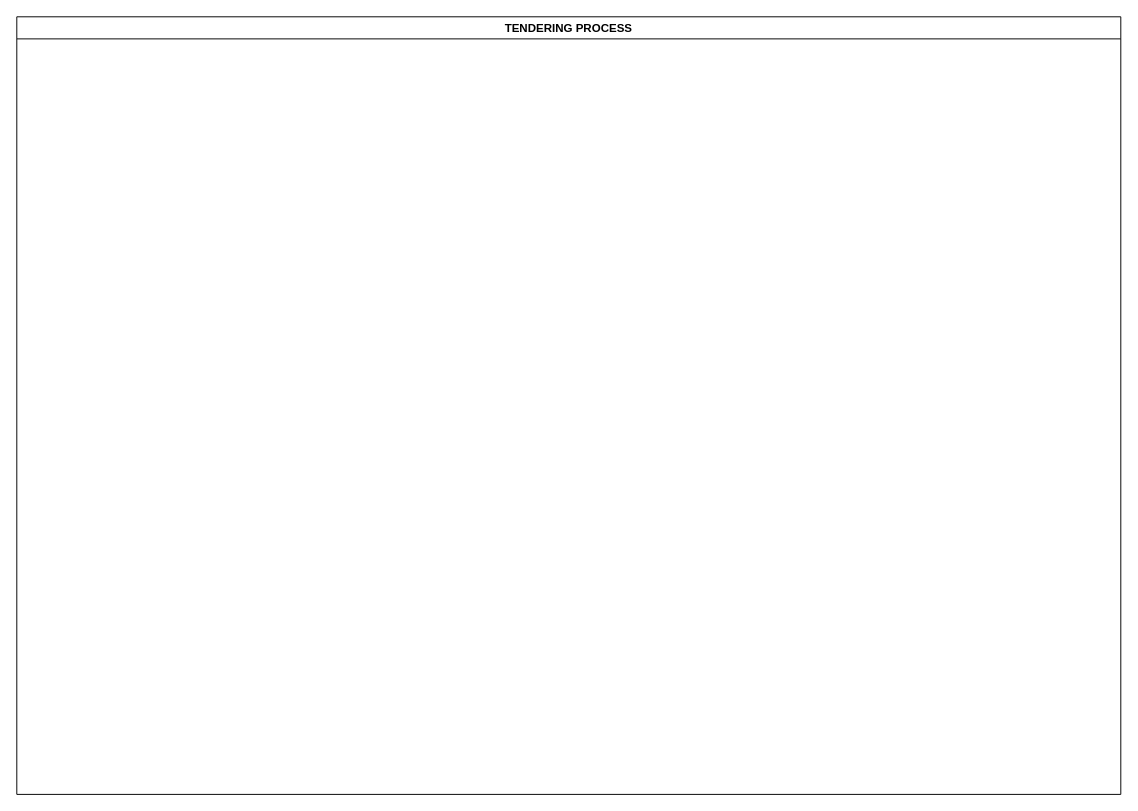
kmagua/flowcharts keeps this draw.io diagram as LC-PROC-TENDERING PROCESS.drawio. Above is the earlier version. Source tidied: cells renumbered, new cells numbered last; positions are measured from the earlier drawing's top-left corner, leaving out a move shared by most shapes. Both pictures are drawn from the tidied source at 96%, with x=0, y=0 at pixel (16, 16).
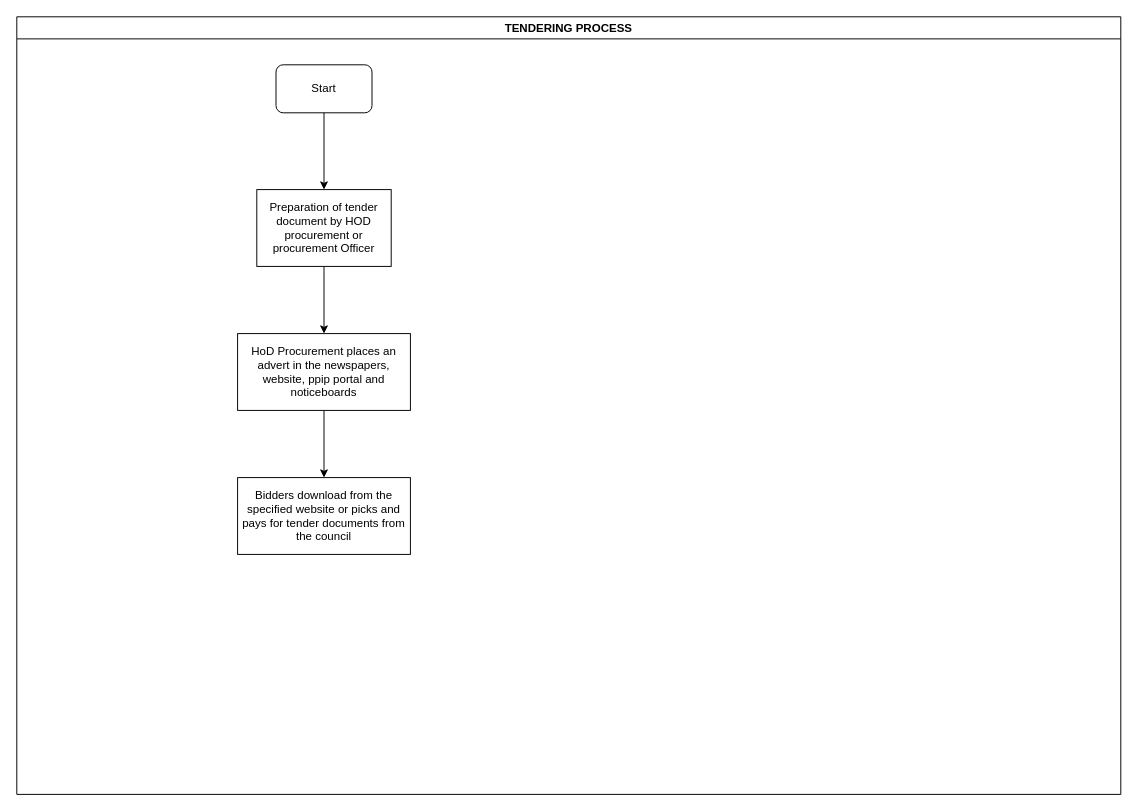
The same diagram, later.

What changed in the source:
```diff
@@
 <mxGraphModel>
   <root>
     <mxCell id="0" />
     <mxCell id="1" parent="0" />
     <mxCell id="2" value="TENDERING PROCESS" style="swimlane;" parent="1" vertex="1">
       <mxGeometry width="1150" height="810" as="geometry" />
     </mxCell>
+    <mxCell id="3" value="Start" style="rounded=1;whiteSpace=wrap;html=1;" parent="2" vertex="1">
+      <mxGeometry x="270" y="50" width="100" height="50" as="geometry" />
+    </mxCell>
+    <mxCell id="4" value="Preparation of tender document by HOD procurement or procurement Officer" style="rounded=0;whiteSpace=wrap;html=1;" parent="2" vertex="1">
+      <mxGeometry x="250" y="180" width="140" height="80" as="geometry" />
+    </mxCell>
+    <mxCell id="5" style="edgeStyle=orthogonalEdgeStyle;rounded=0;jettySize=auto;html=1;entryX=0.5;entryY=0;entryDx=0;entryDy=0;" parent="2" edge="1" source="3" target="4">
+      <mxGeometry relative="1" as="geometry" />
+    </mxCell>
+    <mxCell id="6" style="edgeStyle=orthogonalEdgeStyle;rounded=0;jettySize=auto;html=1;" parent="1" edge="1" source="7" target="9">
+      <mxGeometry relative="1" as="geometry" />
+    </mxCell>
+    <mxCell id="7" value="HoD Procurement places an advert in the newspapers, website, ppip portal and noticeboards" style="whiteSpace=wrap;html=1;rounded=0;" parent="1" vertex="1">
+      <mxGeometry x="230" y="330" width="180" height="80" as="geometry" />
+    </mxCell>
+    <mxCell id="8" style="edgeStyle=orthogonalEdgeStyle;rounded=0;jettySize=auto;html=1;" parent="1" edge="1" source="4" target="7">
+      <mxGeometry relative="1" as="geometry" />
+    </mxCell>
+    <mxCell id="9" value="Bidders download from the specified website or picks and pays for tender documents from the council" style="whiteSpace=wrap;html=1;rounded=0;" parent="1" vertex="1">
+      <mxGeometry x="230" y="480" width="180" height="80" as="geometry" />
+    </mxCell>
   </root>
 </mxGraphModel>
```
